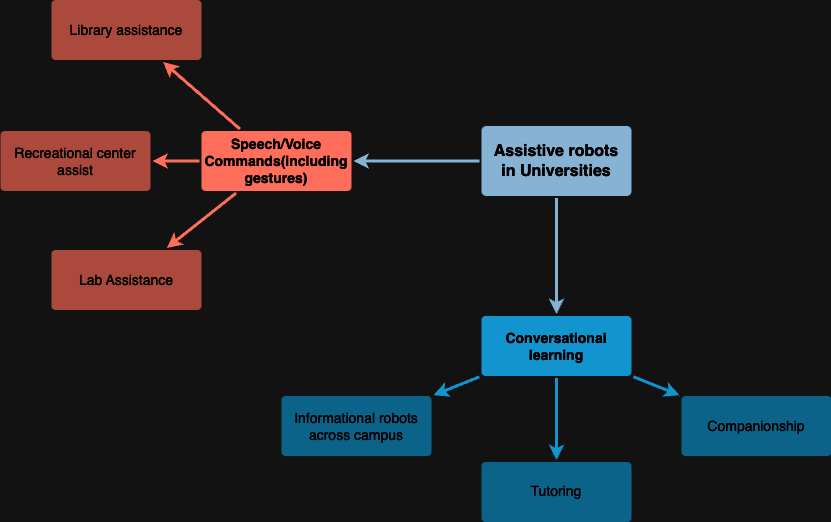
The draw.io diagram Decision Tree.png in saahilsabnis/social-robotics, before a commit. Source tidied: cells renumbered, new cells last; positions are measured from the earlier drawing's top-left corner, leaving out a move shared by most shapes.
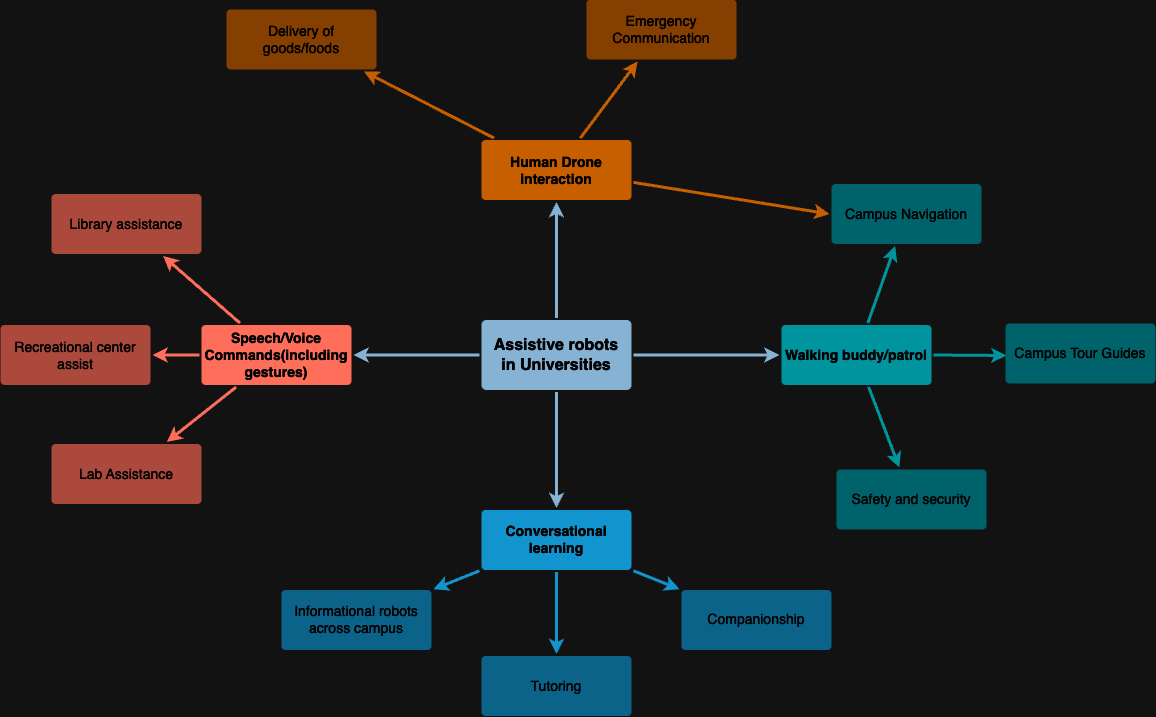
The same diagram one commit later.

Commit message:
Decision Tree additions

What changed in the source:
```diff
@@ -2,6 +2,12 @@
   <root>
     <mxCell id="0" />
     <mxCell id="1" parent="0" />
+    <mxCell id="19" style="edgeStyle=none;rounded=0;jumpStyle=none;html=1;shadow=0;labelBackgroundColor=none;startArrow=none;startFill=0;endArrow=classic;endFill=1;jettySize=auto;strokeColor=#2F5B7C;strokeWidth=3;fontFamily=Helvetica;fontSize=16;fontColor=#23445D;spacing=5;" parent="1" edge="1" source="4" target="21">
+      <mxGeometry relative="1" as="geometry" />
+    </mxCell>
+    <mxCell id="20" style="edgeStyle=none;rounded=0;jumpStyle=none;html=1;shadow=0;labelBackgroundColor=none;startArrow=none;startFill=0;endArrow=classic;endFill=1;jettySize=auto;strokeColor=#2F5B7C;strokeWidth=3;fontFamily=Helvetica;fontSize=16;fontColor=#23445D;spacing=5;" parent="1" edge="1" source="4" target="27">
+      <mxGeometry relative="1" as="geometry" />
+    </mxCell>
     <mxCell id="2" style="edgeStyle=none;rounded=0;jumpStyle=none;html=1;shadow=0;labelBackgroundColor=none;startArrow=none;startFill=0;endArrow=classic;endFill=1;jettySize=auto;strokeColor=#2F5B7C;strokeWidth=3;fontFamily=Helvetica;fontSize=16;fontColor=#23445D;spacing=5;" parent="1" edge="1" source="4" target="15">
       <mxGeometry relative="1" as="geometry" />
     </mxCell>
@@ -53,5 +59,46 @@
     <mxCell id="18" value="Informational robots across campus" style="rounded=1;whiteSpace=wrap;html=1;shadow=0;labelBackgroundColor=none;strokeColor=none;strokeWidth=3;fillColor=#64bbe2;fontFamily=Helvetica;fontSize=14;fontColor=#FFFFFF;align=center;spacing=5;arcSize=7;perimeterSpacing=2;" parent="1" vertex="1">
       <mxGeometry x="281" y="396.5" width="150" height="60" as="geometry" />
     </mxCell>
+    <mxCell id="21" value="&lt;div&gt;Human Drone interaction&lt;/div&gt;" style="rounded=1;whiteSpace=wrap;html=1;shadow=0;labelBackgroundColor=none;strokeColor=none;strokeWidth=3;fillColor=#F08705;fontFamily=Helvetica;fontSize=14;fontColor=#FFFFFF;align=center;spacing=5;fontStyle=1;arcSize=7;perimeterSpacing=2;" parent="1" vertex="1">
+      <mxGeometry x="481" y="-53.5" width="150" height="60" as="geometry" />
+    </mxCell>
+    <mxCell id="22" style="edgeStyle=none;rounded=0;jumpStyle=none;html=1;shadow=0;labelBackgroundColor=none;startArrow=none;startFill=0;endArrow=classic;endFill=1;jettySize=auto;strokeColor=#F08705;strokeWidth=3;fontFamily=Helvetica;fontSize=14;fontColor=#FFFFFF;spacing=5;entryX=0;entryY=0.5;entryDx=0;entryDy=0;" parent="1" edge="1" source="21" target="30">
+      <mxGeometry relative="1" as="geometry" />
+    </mxCell>
+    <mxCell id="23" value="&lt;div&gt;Delivery of goods/foods&lt;/div&gt;" style="rounded=1;whiteSpace=wrap;html=1;shadow=0;labelBackgroundColor=none;strokeColor=none;strokeWidth=3;fillColor=#f5af58;fontFamily=Helvetica;fontSize=14;fontColor=#FFFFFF;align=center;spacing=5;arcSize=7;perimeterSpacing=2;" parent="1" vertex="1">
+      <mxGeometry x="226" y="-184" width="150" height="60" as="geometry" />
+    </mxCell>
+    <mxCell id="24" style="edgeStyle=none;rounded=0;jumpStyle=none;html=1;shadow=0;labelBackgroundColor=none;startArrow=none;startFill=0;endArrow=classic;endFill=1;jettySize=auto;strokeColor=#F08705;strokeWidth=3;fontFamily=Helvetica;fontSize=14;fontColor=#FFFFFF;spacing=5;" parent="1" edge="1" source="21" target="23">
+      <mxGeometry relative="1" as="geometry" />
+    </mxCell>
+    <mxCell id="25" value="Emergency Communication" style="rounded=1;whiteSpace=wrap;html=1;shadow=0;labelBackgroundColor=none;strokeColor=none;strokeWidth=3;fillColor=#f5af58;fontFamily=Helvetica;fontSize=14;fontColor=#FFFFFF;align=center;spacing=5;arcSize=7;perimeterSpacing=2;" parent="1" vertex="1">
+      <mxGeometry x="586" y="-194" width="150" height="60" as="geometry" />
+    </mxCell>
+    <mxCell id="26" style="edgeStyle=none;rounded=0;jumpStyle=none;html=1;shadow=0;labelBackgroundColor=none;startArrow=none;startFill=0;endArrow=classic;endFill=1;jettySize=auto;strokeColor=#F08705;strokeWidth=3;fontFamily=Helvetica;fontSize=14;fontColor=#FFFFFF;spacing=5;" parent="1" edge="1" source="21" target="25">
+      <mxGeometry relative="1" as="geometry" />
+    </mxCell>
+    <mxCell id="27" value="Walking buddy/patrol" style="rounded=1;whiteSpace=wrap;html=1;shadow=0;labelBackgroundColor=none;strokeColor=none;strokeWidth=3;fillColor=#12aab5;fontFamily=Helvetica;fontSize=14;fontColor=#FFFFFF;align=center;spacing=5;fontStyle=1;arcSize=7;perimeterSpacing=2;" parent="1" vertex="1">
+      <mxGeometry x="781" y="131.5" width="150" height="60" as="geometry" />
+    </mxCell>
+    <mxCell id="28" value="&lt;div&gt;Safety and security&lt;/div&gt;" style="rounded=1;whiteSpace=wrap;html=1;shadow=0;labelBackgroundColor=none;strokeColor=none;strokeWidth=3;fillColor=#61c6ce;fontFamily=Helvetica;fontSize=14;fontColor=#FFFFFF;align=center;spacing=5;fontStyle=0;arcSize=7;perimeterSpacing=2;" parent="1" vertex="1">
+      <mxGeometry x="836" y="276" width="150" height="60" as="geometry" />
+    </mxCell>
+    <mxCell id="29" style="edgeStyle=none;rounded=1;jumpStyle=none;html=1;shadow=0;labelBackgroundColor=none;startArrow=none;startFill=0;jettySize=auto;strokeColor=#12AAB5;strokeWidth=3;fontFamily=Helvetica;fontSize=14;fontColor=#FFFFFF;spacing=5;fontStyle=1;fillColor=#b0e3e6;" parent="1" edge="1" source="27" target="28">
+      <mxGeometry relative="1" as="geometry" />
+    </mxCell>
+    <mxCell id="30" value="&lt;div&gt;Campus Navigation&lt;/div&gt;" style="rounded=1;whiteSpace=wrap;html=1;shadow=0;labelBackgroundColor=none;strokeColor=none;strokeWidth=3;fillColor=#61c6ce;fontFamily=Helvetica;fontSize=14;fontColor=#FFFFFF;align=center;spacing=5;fontStyle=0;arcSize=7;perimeterSpacing=2;" parent="1" vertex="1">
+      <mxGeometry x="831" y="-9.5" width="150" height="60" as="geometry" />
+    </mxCell>
+    <mxCell id="31" style="edgeStyle=none;rounded=1;jumpStyle=none;html=1;shadow=0;labelBackgroundColor=none;startArrow=none;startFill=0;jettySize=auto;strokeColor=#12AAB5;strokeWidth=3;fontFamily=Helvetica;fontSize=14;fontColor=#FFFFFF;spacing=5;fontStyle=1;fillColor=#b0e3e6;" parent="1" edge="1" source="27" target="30">
+      <mxGeometry relative="1" as="geometry" />
+    </mxCell>
+    <mxCell id="32" style="edgeStyle=none;rounded=1;jumpStyle=none;html=1;shadow=0;labelBackgroundColor=none;startArrow=none;startFill=0;jettySize=auto;strokeColor=#12AAB5;strokeWidth=3;fontFamily=Helvetica;fontSize=14;fontColor=#FFFFFF;spacing=5;fontStyle=1;fillColor=#b0e3e6;exitX=1;exitY=0.5;exitDx=0;exitDy=0;" parent="1" edge="1" source="27">
+      <mxGeometry relative="1" as="geometry">
+        <mxPoint x="1006" y="162" as="targetPoint" />
+      </mxGeometry>
+    </mxCell>
+    <mxCell id="33" value="Campus Tour Guides" style="rounded=1;whiteSpace=wrap;html=1;shadow=0;labelBackgroundColor=none;strokeColor=none;strokeWidth=3;fillColor=#61c6ce;fontFamily=Helvetica;fontSize=14;fontColor=#FFFFFF;align=center;spacing=5;fontStyle=0;arcSize=7;perimeterSpacing=2;" parent="1" vertex="1">
+      <mxGeometry x="1005" y="130" width="150" height="60" as="geometry" />
+    </mxCell>
   </root>
 </mxGraphModel>
```
